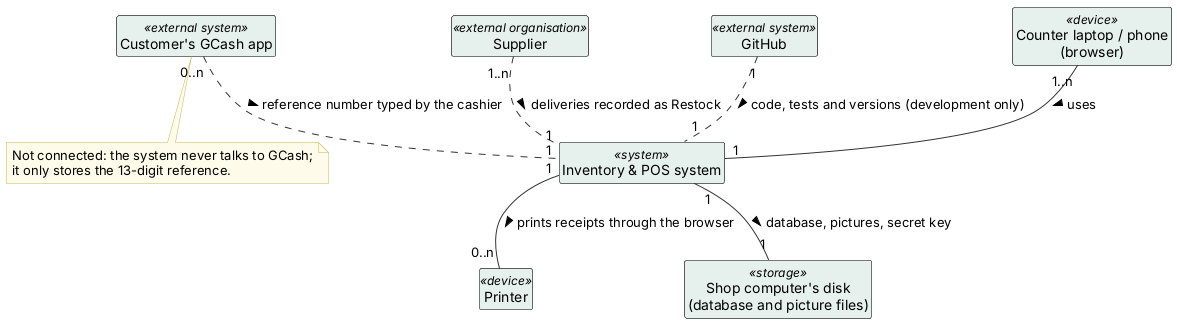
JmlAsync/inventory-pos-system keeps this PlantUML diagram as diagrams/uml/27_system_context.png. Above is the earlier version. Its diagram source:
```plantuml
@startuml
skinparam defaultFontName Arial
skinparam shadowing false
skinparam ArrowColor #333333
skinparam rectangle {
  BackgroundColor White
  BorderColor Black
}
skinparam usecase {
  BackgroundColor White
  BorderColor Black
}
skinparam class {
  BackgroundColor White
  BorderColor Black
  HeaderBackgroundColor #E6F1EE
}
skinparam activity {
  BackgroundColor White
  BorderColor Black
}
skinparam state {
  BackgroundColor White
  BorderColor Black
}
skinparam sequence {
  ParticipantBackgroundColor White
  ParticipantBorderColor Black
  LifeLineBorderColor #888888
  ActorBorderColor Black
  ActorBackgroundColor White
}
skinparam note {
  BackgroundColor #FFFBEA
  BorderColor #C9B458
}
skinparam swimlaneWidth same
hide circle

skinparam class {
  BackgroundColor White
  BorderColor Black
  HeaderBackgroundColor #E6F1EE
}
hide empty members
class "Inventory & POS system" as pos <<system>>
class "Counter laptop / phone\n(browser)" as till <<device>>
class "Printer" as printer <<device>>
class "Customer's GCash app" as gcash <<external system>>
class "Supplier" as supplier <<external organisation>>
class "Shop computer's disk\n(database and picture files)" as files <<storage>>
class "GitHub" as github <<external system>>
till "1..n" -- "1" pos : uses >
pos "1" -- "0..n" printer : prints receipts through the browser >
gcash "0..n" .. "1" pos : reference number typed by the cashier >
supplier "1..n" .. "1" pos : deliveries recorded as Restock >
pos "1" -- "1" files : database, pictures, secret key >
github "1" .. "1" pos : code, tests and versions (development only) >
note bottom of gcash
  Not connected: the system never talks to GCash;
  it only stores the 13-digit reference.
end note
@enduml
```
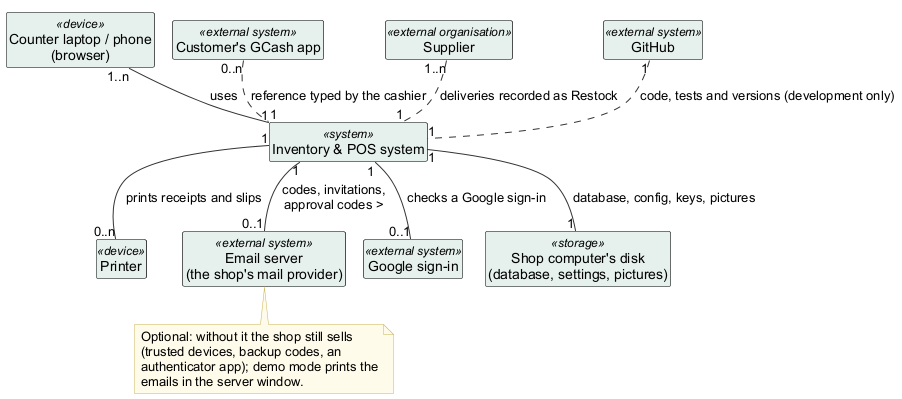
Above is the later version.

Change to the diagram source:
```diff
@@ -1,4 +1,5 @@
 @startuml
+!pragma layout smetana
 skinparam defaultFontName Arial
 skinparam shadowing false
 skinparam ArrowColor #333333
@@ -46,18 +47,24 @@
 class "Inventory & POS system" as pos <<system>>
 class "Counter laptop / phone\n(browser)" as till <<device>>
 class "Printer" as printer <<device>>
+class "Email server\n(the shop's mail provider)" as mail <<external system>>
+class "Google sign-in" as google <<external system>>
 class "Customer's GCash app" as gcash <<external system>>
 class "Supplier" as supplier <<external organisation>>
-class "Shop computer's disk\n(database and picture files)" as files <<storage>>
+class "Shop computer's disk\n(database, settings, pictures)" as files <<storage>>
 class "GitHub" as github <<external system>>
 till "1..n" -- "1" pos : uses >
-pos "1" -- "0..n" printer : prints receipts through the browser >
-gcash "0..n" .. "1" pos : reference number typed by the cashier >
+pos "1" -- "0..n" printer : prints receipts and slips >
+pos "1" -- "0..1" mail : codes, invitations,\napproval codes >
+pos "1" -- "0..1" google : checks a Google sign-in >
+gcash "0..n" .. "1" pos : reference typed by the cashier >
 supplier "1..n" .. "1" pos : deliveries recorded as Restock >
-pos "1" -- "1" files : database, pictures, secret key >
+pos "1" -- "1" files : database, config, keys, pictures >
 github "1" .. "1" pos : code, tests and versions (development only) >
-note bottom of gcash
-  Not connected: the system never talks to GCash;
-  it only stores the 13-digit reference.
+note bottom of mail
+  Optional: without it the shop still sells
+  (trusted devices, backup codes, an
+  authenticator app); demo mode prints the
+  emails in the server window.
 end note
 @enduml
```
